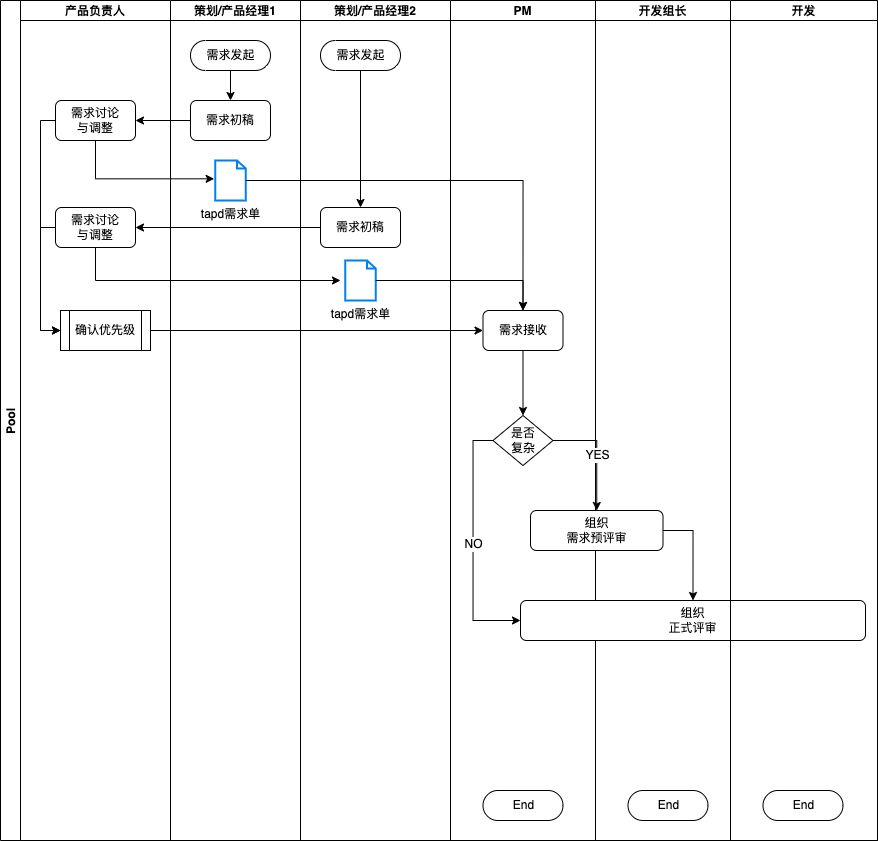
Above: Untitled Diagram.drawio.png in derek964/the-economist-ebooks (draw.io), before the change. Source tidied: cells renumbered, new cells last; positions are measured from the earlier drawing's top-left corner, leaving out a move shared by most shapes.
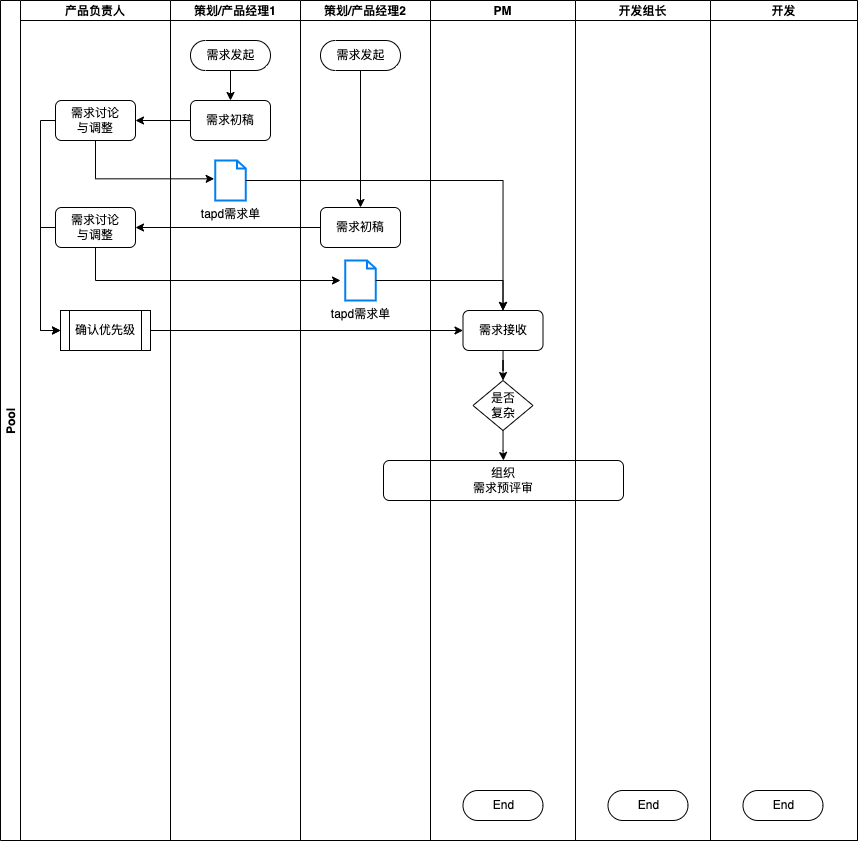
The same diagram one commit later.

Diff of the diagram source:
```diff
@@ -3,7 +3,7 @@
     <mxCell id="0" />
     <mxCell id="1" parent="0" />
     <mxCell id="2" value="Pool" style="swimlane;startSize=20;horizontal=0;" parent="1" vertex="1">
-      <mxGeometry width="877" height="840" as="geometry" />
+      <mxGeometry width="857" height="840" as="geometry" />
     </mxCell>
     <mxCell id="3" value="产品负责人" style="swimlane;startSize=20;" parent="2" vertex="1">
       <mxGeometry x="20" width="150" height="840" as="geometry" />
@@ -49,7 +49,7 @@
       <mxGeometry x="44.8" y="160" width="30.5" height="40" as="geometry" />
     </mxCell>
     <mxCell id="14" value="策划/产品经理2" style="swimlane;startSize=20;" parent="2" vertex="1">
-      <mxGeometry x="300" width="150" height="840" as="geometry" />
+      <mxGeometry x="300" width="130" height="840" as="geometry" />
     </mxCell>
     <mxCell id="15" value="需求发起" style="html=1;dashed=0;whitespace=wrap;shape=mxgraph.dfd.start;" parent="14" vertex="1">
       <mxGeometry x="20" y="40" width="80" height="30" as="geometry" />
@@ -63,11 +63,14 @@
     <mxCell id="18" value="tapd需求单" style="html=1;verticalLabelPosition=bottom;align=center;labelBackgroundColor=#ffffff;verticalAlign=top;strokeWidth=2;strokeColor=#0080F0;shadow=0;dashed=0;shape=mxgraph.ios7.icons.document;fillColor=#FFFFFF;" parent="14" vertex="1">
       <mxGeometry x="44.8" y="260" width="30.5" height="40" as="geometry" />
     </mxCell>
+    <mxCell id="27" value="组织&lt;br&gt;需求预评审" style="rounded=1;whiteSpace=wrap;html=1;" parent="14" vertex="1">
+      <mxGeometry x="83" y="460" width="240" height="40" as="geometry" />
+    </mxCell>
     <mxCell id="19" style="edgeStyle=orthogonalEdgeStyle;rounded=0;jettySize=auto;html=1;" parent="2" edge="1" source="16" target="6">
       <mxGeometry relative="1" as="geometry" />
     </mxCell>
     <mxCell id="20" value="PM" style="swimlane;startSize=20;" parent="2" vertex="1">
-      <mxGeometry x="450" width="145" height="840" as="geometry" />
+      <mxGeometry x="430" width="145" height="840" as="geometry" />
     </mxCell>
     <mxCell id="21" value="End" style="html=1;dashed=0;whitespace=wrap;shape=mxgraph.dfd.start;" parent="20" vertex="1">
       <mxGeometry x="32.5" y="790" width="80" height="30" as="geometry" />
@@ -79,25 +82,16 @@
       <mxGeometry x="32.5" y="310" width="80" height="40" as="geometry" />
     </mxCell>
     <mxCell id="24" value="是否&lt;br&gt;复杂" style="rhombus;whiteSpace=wrap;html=1;fillColor=#FFFFFF;" parent="20" vertex="1">
-      <mxGeometry x="42.5" y="415" width="60" height="50" as="geometry" />
+      <mxGeometry x="42.5" y="380" width="60" height="50" as="geometry" />
     </mxCell>
     <mxCell id="25" value="开发组长" style="swimlane;startSize=20;" parent="2" vertex="1">
-      <mxGeometry x="595" width="135" height="840" as="geometry" />
+      <mxGeometry x="575" width="135" height="840" as="geometry" />
     </mxCell>
     <mxCell id="26" value="End" style="html=1;dashed=0;whitespace=wrap;shape=mxgraph.dfd.start;" parent="25" vertex="1">
       <mxGeometry x="32.5" y="790" width="80" height="30" as="geometry" />
     </mxCell>
-    <mxCell id="27" value="组织&lt;br&gt;需求预评审" style="rounded=1;whiteSpace=wrap;html=1;" parent="25" vertex="1">
-      <mxGeometry x="-65" y="510" width="132.5" height="40" as="geometry" />
-    </mxCell>
-    <mxCell id="28" style="edgeStyle=orthogonalEdgeStyle;rounded=0;jettySize=auto;html=1;entryX=0.5;entryY=0;entryDx=0;entryDy=0;exitX=1;exitY=0.5;exitDx=0;exitDy=0;" parent="25" edge="1" source="27" target="29">
-      <mxGeometry relative="1" as="geometry" />
-    </mxCell>
-    <mxCell id="29" value="组织&lt;br&gt;正式评审" style="rounded=1;whiteSpace=wrap;html=1;" parent="25" vertex="1">
-      <mxGeometry x="-75" y="600" width="345" height="40" as="geometry" />
-    </mxCell>
     <mxCell id="30" value="开发" style="swimlane;startSize=20;" parent="2" vertex="1">
-      <mxGeometry x="730" width="147" height="840" as="geometry" />
+      <mxGeometry x="710" width="147" height="840" as="geometry" />
     </mxCell>
     <mxCell id="31" value="End" style="html=1;dashed=0;whitespace=wrap;shape=mxgraph.dfd.start;" parent="30" vertex="1">
       <mxGeometry x="32.5" y="790" width="80" height="30" as="geometry" />
@@ -113,24 +107,6 @@
         </Array>
       </mxGeometry>
     </mxCell>
-    <mxCell id="34" style="edgeStyle=orthogonalEdgeStyle;rounded=0;jettySize=auto;html=1;entryX=0;entryY=0.5;entryDx=0;entryDy=0;exitX=1;exitY=0.5;exitDx=0;exitDy=0;" parent="2" edge="1" source="8" target="23">
-      <mxGeometry relative="1" as="geometry">
-        <Array as="points">
-          <mxPoint x="483" y="330" />
-        </Array>
-      </mxGeometry>
-    </mxCell>
-    <mxCell id="35" style="edgeStyle=orthogonalEdgeStyle;rounded=0;jettySize=auto;html=1;exitX=1;exitY=0.5;exitDx=0;exitDy=0;" parent="2" edge="1" source="24" target="27">
-      <mxGeometry relative="1" as="geometry" />
-    </mxCell>
-    <mxCell id="36" value="YES" style="edgeLabel;html=1;align=center;verticalAlign=middle;" parent="35" vertex="1">
-      <mxGeometry x="0.01" y="-2" relative="1" as="geometry">
-        <mxPoint x="2" y="1" as="offset" />
-      </mxGeometry>
-    </mxCell>
-    <mxCell id="37" value="NO" style="edgeStyle=orthogonalEdgeStyle;rounded=0;jettySize=auto;html=1;exitX=0;exitY=0.5;exitDx=0;exitDy=0;entryX=0;entryY=0.5;entryDx=0;entryDy=0;startArrow=none;" parent="2" edge="1" source="24" target="29">
-      <mxGeometry relative="1" as="geometry" />
-    </mxCell>
     <mxCell id="38" style="edgeStyle=orthogonalEdgeStyle;rounded=0;jettySize=auto;html=1;exitX=0.5;exitY=1;exitDx=0;exitDy=0;entryX=-0.036;entryY=0.458;entryDx=0;entryDy=0;entryPerimeter=0;" parent="2" edge="1" source="5" target="13">
       <mxGeometry relative="1" as="geometry">
         <Array as="points">
@@ -144,5 +120,11 @@
     <mxCell id="40" style="edgeStyle=orthogonalEdgeStyle;rounded=0;jettySize=auto;html=1;entryX=0.5;entryY=0;entryDx=0;entryDy=0;" parent="2" edge="1" source="18" target="23">
       <mxGeometry relative="1" as="geometry" />
     </mxCell>
+    <mxCell id="35" style="edgeStyle=orthogonalEdgeStyle;rounded=0;jettySize=auto;html=1;" parent="2" edge="1" source="24" target="27">
+      <mxGeometry relative="1" as="geometry" />
+    </mxCell>
+    <mxCell id="34" style="edgeStyle=orthogonalEdgeStyle;rounded=0;jettySize=auto;html=1;exitX=1;exitY=0.5;exitDx=0;exitDy=0;entryX=0;entryY=0.5;entryDx=0;entryDy=0;" parent="2" edge="1" source="8" target="23">
+      <mxGeometry relative="1" as="geometry" />
+    </mxCell>
   </root>
 </mxGraphModel>
```
